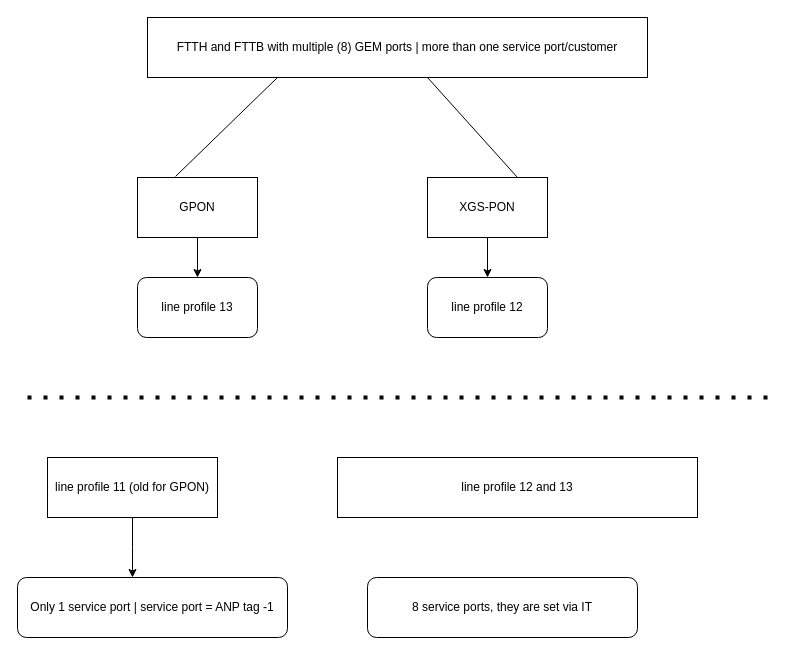
This is FTTH_GPON.drawio from dragonka79/root, a draw.io file, before an edit. Source tidied: cells renumbered, new cells numbered last; positions are measured from the earlier drawing's top-left corner, leaving out a move shared by most shapes. Both pictures are drawn from the tidied source at 100%, with x=0, y=0 at pixel (17, 17).
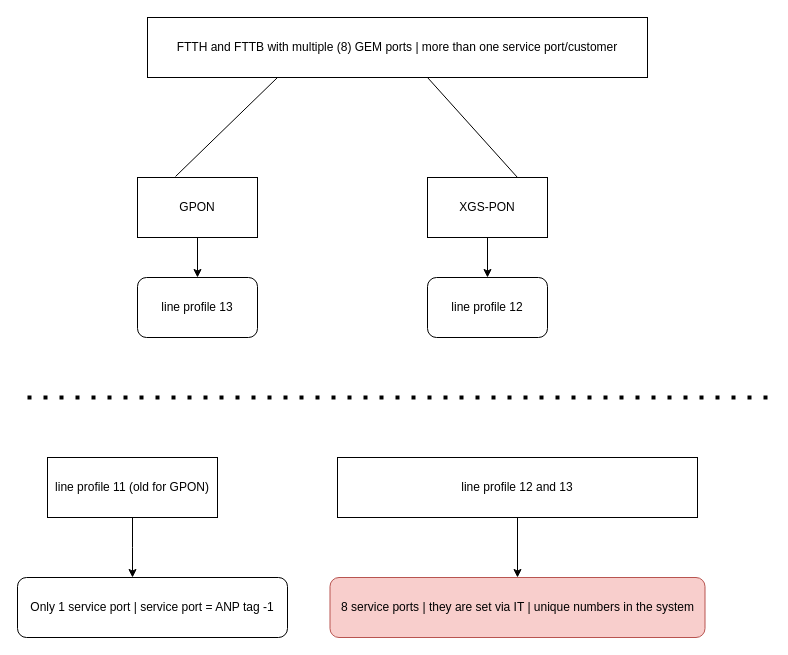
The same page after the edit.

Unchanged cells that the change refers to:
```xml
<mxCell id="13" value="line profile 12 and 13" style="rounded=0;whiteSpace=wrap;html=1;" parent="1" vertex="1">
  <mxGeometry x="320" y="440" width="360" height="60" as="geometry" />
</mxCell>
```

The edit, as a diff of the source:
```diff
@@
+    <mxCell id="17" style="edgeStyle=orthogonalEdgeStyle;rounded=0;jettySize=auto;html=1;" parent="1" edge="1" source="13" target="15">
+      <mxGeometry relative="1" as="geometry" />
+    </mxCell>
@@
-    <mxCell id="15" value="8 service ports, they are set via IT" style="rounded=1;whiteSpace=wrap;html=1;" parent="1" vertex="1">
-      <mxGeometry x="350" y="560" width="270" height="60" as="geometry" />
+    <mxCell id="15" value="8 service ports | they are set via IT | unique numbers in the system" style="rounded=1;whiteSpace=wrap;html=1;fillColor=#f8cecc;strokeColor=#b85450;" parent="1" vertex="1">
+      <mxGeometry x="312.5" y="560" width="375" height="60" as="geometry" />
     </mxCell>
```
